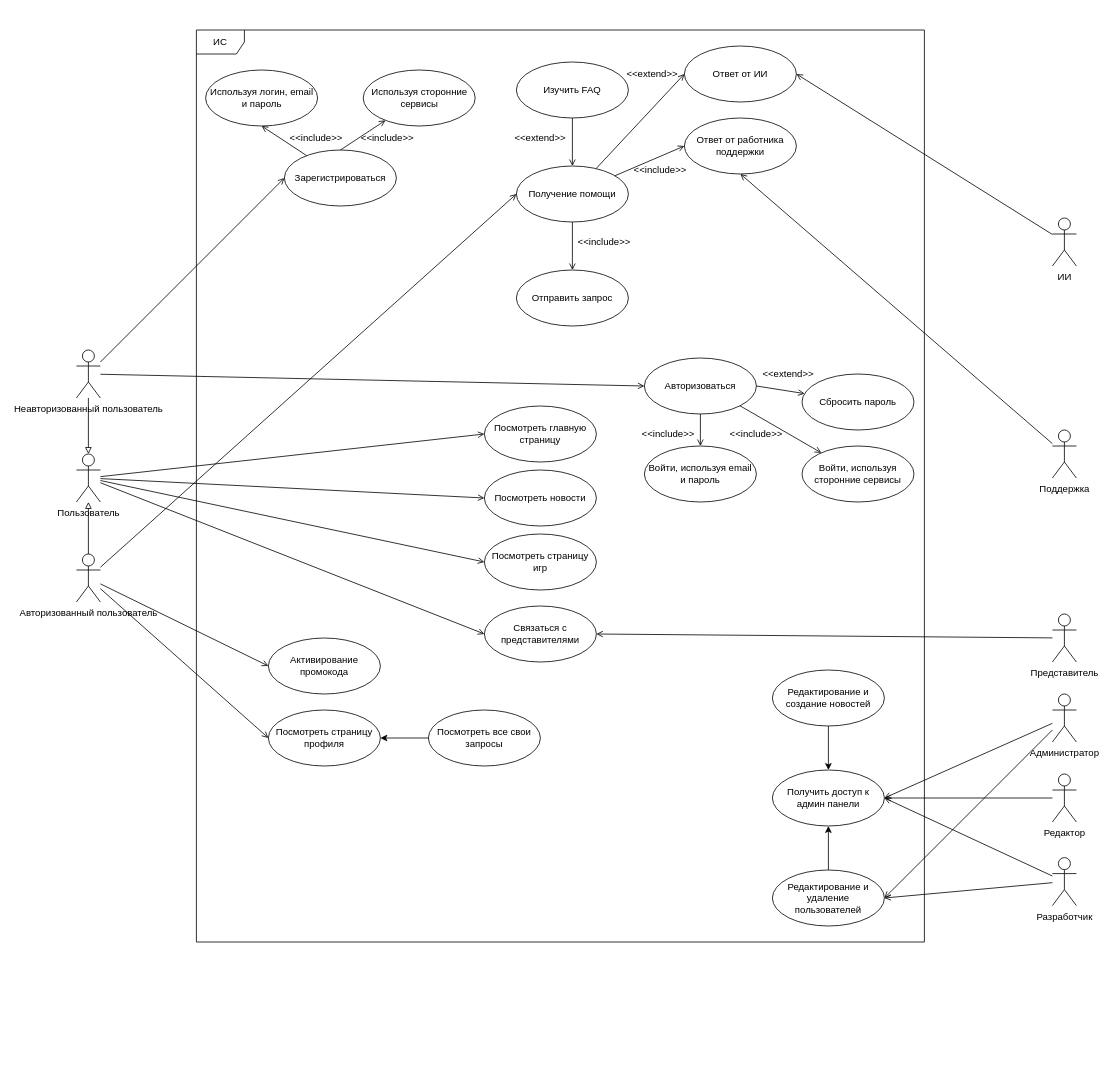
This is diagrams/UML_Diagramma_pretendentov.drawio from Dimatron74/FadGamer, a draw.io file, before an edit. Source tidied: cells renumbered, new cells numbered last; positions are measured from the earlier drawing's top-left corner, leaving out a move shared by most shapes. Both pictures are drawn from the tidied source at 80%, with x=0, y=0 at pixel (76, 30).
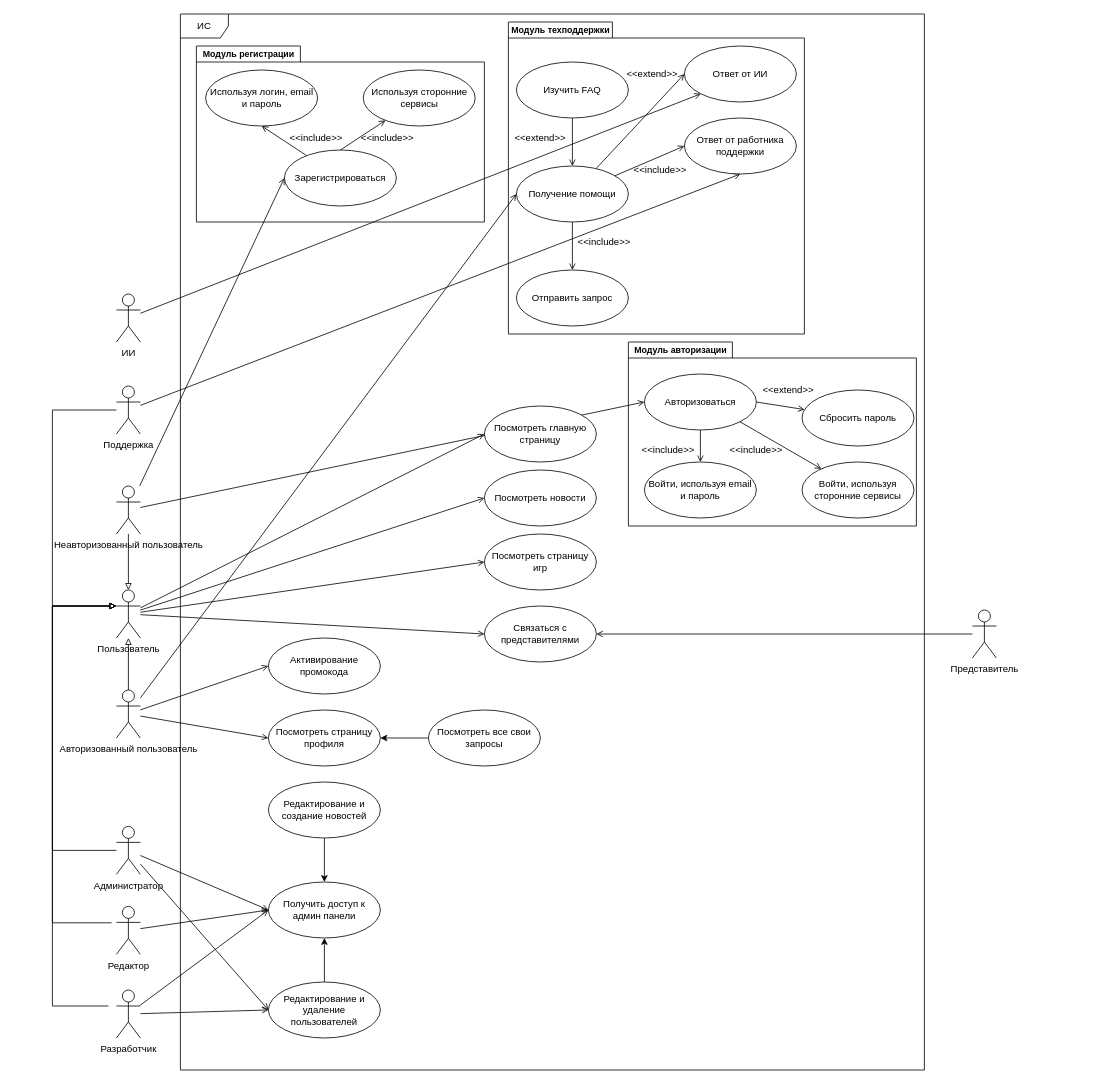
After the change.

Unchanged cells that the change refers to:
```xml
<mxCell id="53" value="Ответ от ИИ" style="ellipse;whiteSpace=wrap;html=1;" parent="1" vertex="1">
  <mxGeometry x="760" y="20" width="140" height="70" as="geometry" />
</mxCell>
```

What changed in the source:
```diff
@@
+    <mxCell id="74" style="group;" parent="1" vertex="1">
+      <mxGeometry x="690" y="390" width="370" height="390" as="geometry" />
+    </mxCell>
+    <mxCell id="75" style="shape=folder;fontStyle=1;spacingTop=10;tabWidth=130;tabHeight=20;tabPosition=left;html=1;whiteSpace=wrap;" parent="74" vertex="1">
+      <mxGeometry width="360" height="230" as="geometry" />
+    </mxCell>
+    <mxCell id="76" value="&lt;font style=&quot;font-size: 11px;&quot;&gt;Модуль авторизации&lt;/font&gt;" style="text;align=center;fontStyle=1;verticalAlign=middle;spacingLeft=3;spacingRight=3;strokeColor=none;html=1;" parent="74" vertex="1">
+      <mxGeometry width="130" height="20" as="geometry" />
+    </mxCell>
+    <mxCell id="28" value="Авторизоваться" style="ellipse;whiteSpace=wrap;html=1;" parent="74" vertex="1">
+      <mxGeometry x="20" y="40" width="140" height="70" as="geometry" />
+    </mxCell>
+    <mxCell id="38" style="rounded=0;jettySize=auto;html=1;exitX=0.5;exitY=0;exitDx=0;exitDy=0;entryX=0.5;entryY=1;entryDx=0;entryDy=0;endArrow=none;endFill=0;startArrow=open;startFill=0;" parent="74" edge="1" source="39" target="28">
+      <mxGeometry relative="1" as="geometry" />
+    </mxCell>
+    <mxCell id="39" value="Войти, используя email и пароль" style="ellipse;whiteSpace=wrap;html=1;" parent="74" vertex="1">
+      <mxGeometry x="20" y="150" width="140" height="70" as="geometry" />
+    </mxCell>
+    <mxCell id="40" style="rounded=0;jettySize=auto;html=1;entryX=1;entryY=1;entryDx=0;entryDy=0;endArrow=none;endFill=0;startArrow=open;startFill=0;" parent="74" edge="1" source="41" target="28">
+      <mxGeometry relative="1" as="geometry" />
+    </mxCell>
+    <mxCell id="41" value="Войти, используя сторонние сервисы" style="ellipse;whiteSpace=wrap;html=1;" parent="74" vertex="1">
+      <mxGeometry x="217" y="150" width="140" height="70" as="geometry" />
+    </mxCell>
+    <mxCell id="42" style="rounded=0;jettySize=auto;html=1;entryX=1;entryY=0.5;entryDx=0;entryDy=0;endArrow=none;endFill=0;startArrow=open;startFill=0;" parent="74" edge="1" source="43" target="28">
+      <mxGeometry relative="1" as="geometry" />
+    </mxCell>
+    <mxCell id="43" value="Сбросить пароль" style="ellipse;whiteSpace=wrap;html=1;" parent="74" vertex="1">
+      <mxGeometry x="217" y="60" width="140" height="70" as="geometry" />
+    </mxCell>
+    <mxCell id="46" value="&amp;lt;&amp;lt;include&amp;gt;&amp;gt;" style="text;html=1;align=center;verticalAlign=middle;whiteSpace=wrap;rounded=0;" parent="74" vertex="1">
+      <mxGeometry x="20" y="120" width="60" height="30" as="geometry" />
+    </mxCell>
+    <mxCell id="47" value="&amp;lt;&amp;lt;extend&amp;gt;&amp;gt;" style="text;html=1;align=center;verticalAlign=middle;whiteSpace=wrap;rounded=0;" parent="74" vertex="1">
+      <mxGeometry x="170" y="45" width="60" height="30" as="geometry" />
+    </mxCell>
+    <mxCell id="72" value="&amp;lt;&amp;lt;include&amp;gt;&amp;gt;" style="text;html=1;align=center;verticalAlign=middle;whiteSpace=wrap;rounded=0;" parent="74" vertex="1">
+      <mxGeometry x="130" y="120" width="60" height="30" as="geometry" />
+    </mxCell>
+    <mxCell id="77" style="shape=folder;fontStyle=1;spacingTop=10;tabWidth=130;tabHeight=20;tabPosition=left;html=1;whiteSpace=wrap;" parent="1" vertex="1">
+      <mxGeometry x="540" y="-10" width="370" height="390" as="geometry" />
+    </mxCell>
+    <mxCell id="78" style="shape=folder;fontStyle=1;spacingTop=10;tabWidth=130;tabHeight=20;tabPosition=left;html=1;whiteSpace=wrap;" parent="1" vertex="1">
+      <mxGeometry x="150" y="20" width="360" height="220" as="geometry" />
+    </mxCell>
@@
+    <mxCell id="79" style="edgeStyle=orthogonalEdgeStyle;rounded=0;jettySize=auto;html=1;endArrow=block;endFill=0;" parent="1" edge="1" source="3">
+      <mxGeometry relative="1" as="geometry">
+        <mxPoint x="50" y="720" as="targetPoint" />
+        <Array as="points">
+          <mxPoint x="-30" y="475" />
+          <mxPoint x="-30" y="720" />
+        </Array>
+      </mxGeometry>
+    </mxCell>
     <mxCell id="3" value="Поддержка" style="shape=umlActor;verticalLabelPosition=bottom;verticalAlign=top;html=1;" parent="1" vertex="1">
-      <mxGeometry x="1220" y="500" width="30" height="60" as="geometry" />
+      <mxGeometry x="50" y="445" width="30" height="60" as="geometry" />
     </mxCell>
@@
     <mxCell id="8" value="Пользователь" style="shape=umlActor;verticalLabelPosition=bottom;verticalAlign=top;html=1;" parent="1" vertex="1">
-      <mxGeometry y="530" width="30" height="60" as="geometry" />
+      <mxGeometry x="50" y="700" width="30" height="60" as="geometry" />
     </mxCell>
-    <mxCell id="9" style="rounded=0;jettySize=auto;html=1;entryX=1;entryY=0.5;entryDx=0;entryDy=0;endArrow=open;endFill=0;" parent="1" edge="1" source="10" target="53">
+    <mxCell id="9" style="rounded=0;jettySize=auto;html=1;entryX=0;entryY=1;entryDx=0;entryDy=0;endArrow=open;endFill=0;" parent="1" edge="1" source="10" target="53">
       <mxGeometry relative="1" as="geometry" />
     </mxCell>
     <mxCell id="10" value="ИИ" style="shape=umlActor;verticalLabelPosition=bottom;verticalAlign=top;html=1;" parent="1" vertex="1">
-      <mxGeometry x="1220" y="235" width="30" height="60" as="geometry" />
+      <mxGeometry x="50" y="330" width="30" height="60" as="geometry" />
     </mxCell>
@@
     <mxCell id="15" value="Представитель" style="shape=umlActor;verticalLabelPosition=bottom;verticalAlign=top;html=1;" parent="1" vertex="1">
-      <mxGeometry x="1220" y="730" width="30" height="60" as="geometry" />
+      <mxGeometry x="1120" y="725" width="30" height="60" as="geometry" />
     </mxCell>
@@
     <mxCell id="20" value="Авторизованный пользователь" style="shape=umlActor;verticalLabelPosition=bottom;verticalAlign=top;html=1;" parent="1" vertex="1">
-      <mxGeometry y="655" width="30" height="60" as="geometry" />
+      <mxGeometry x="50" y="825" width="30" height="60" as="geometry" />
     </mxCell>
@@
     <mxCell id="24" value="Неавторизованный пользователь" style="shape=umlActor;verticalLabelPosition=bottom;verticalAlign=top;html=1;" parent="1" vertex="1">
-      <mxGeometry y="400" width="30" height="60" as="geometry" />
+      <mxGeometry x="50" y="570" width="30" height="60" as="geometry" />
     </mxCell>
@@
-    <mxCell id="28" value="Авторизоваться" style="ellipse;whiteSpace=wrap;html=1;" parent="1" vertex="1">
-      <mxGeometry x="710" y="410" width="140" height="70" as="geometry" />
-    </mxCell>
@@
-    <mxCell id="38" style="rounded=0;jettySize=auto;html=1;exitX=0.5;exitY=0;exitDx=0;exitDy=0;entryX=0.5;entryY=1;entryDx=0;entryDy=0;endArrow=none;endFill=0;startArrow=open;startFill=0;" parent="1" edge="1" source="39" target="28">
-      <mxGeometry relative="1" as="geometry" />
-    </mxCell>
-    <mxCell id="39" value="Войти, используя email и пароль" style="ellipse;whiteSpace=wrap;html=1;" parent="1" vertex="1">
-      <mxGeometry x="710" y="520" width="140" height="70" as="geometry" />
-    </mxCell>
-    <mxCell id="40" style="rounded=0;jettySize=auto;html=1;entryX=1;entryY=1;entryDx=0;entryDy=0;endArrow=none;endFill=0;startArrow=open;startFill=0;" parent="1" edge="1" source="41" target="28">
-      <mxGeometry relative="1" as="geometry" />
-    </mxCell>
-    <mxCell id="41" value="Войти, используя сторонние сервисы" style="ellipse;whiteSpace=wrap;html=1;" parent="1" vertex="1">
-      <mxGeometry x="907" y="520" width="140" height="70" as="geometry" />
-    </mxCell>
-    <mxCell id="42" style="rounded=0;jettySize=auto;html=1;entryX=1;entryY=0.5;entryDx=0;entryDy=0;endArrow=none;endFill=0;startArrow=open;startFill=0;" parent="1" edge="1" source="43" target="28">
-      <mxGeometry relative="1" as="geometry" />
-    </mxCell>
-    <mxCell id="43" value="Сбросить пароль" style="ellipse;whiteSpace=wrap;html=1;" parent="1" vertex="1">
-      <mxGeometry x="907" y="430" width="140" height="70" as="geometry" />
-    </mxCell>
@@
-    <mxCell id="46" value="&amp;lt;&amp;lt;include&amp;gt;&amp;gt;" style="text;html=1;align=center;verticalAlign=middle;whiteSpace=wrap;rounded=0;" parent="1" vertex="1">
-      <mxGeometry x="710" y="490" width="60" height="30" as="geometry" />
-    </mxCell>
-    <mxCell id="47" value="&amp;lt;&amp;lt;extend&amp;gt;&amp;gt;" style="text;html=1;align=center;verticalAlign=middle;whiteSpace=wrap;rounded=0;" parent="1" vertex="1">
-      <mxGeometry x="860" y="415" width="60" height="30" as="geometry" />
-    </mxCell>
@@
-    <mxCell id="58" style="rounded=0;jettySize=auto;html=1;entryX=1;entryY=0.5;entryDx=0;entryDy=0;endArrow=open;endFill=0;" parent="1" edge="1" source="60" target="65">
+    <mxCell id="58" style="rounded=0;jettySize=auto;html=1;entryX=0;entryY=0.5;entryDx=0;entryDy=0;endArrow=open;endFill=0;" parent="1" edge="1" source="60" target="65">
       <mxGeometry relative="1" as="geometry" />
     </mxCell>
-    <mxCell id="59" style="rounded=0;jettySize=auto;html=1;entryX=1;entryY=0.5;entryDx=0;entryDy=0;endArrow=open;endFill=0;" parent="1" edge="1" source="60" target="70">
+    <mxCell id="59" style="rounded=0;jettySize=auto;html=1;entryX=0;entryY=0.5;entryDx=0;entryDy=0;endArrow=open;endFill=0;" parent="1" edge="1" source="60" target="70">
       <mxGeometry relative="1" as="geometry" />
     </mxCell>
     <mxCell id="60" value="Администратор" style="shape=umlActor;verticalLabelPosition=bottom;verticalAlign=top;html=1;" parent="1" vertex="1">
-      <mxGeometry x="1220" y="830" width="30" height="60" as="geometry" />
+      <mxGeometry x="50" y="995.5" width="30" height="60" as="geometry" />
     </mxCell>
     <mxCell id="61" value="Редактирование и создание новостей" style="ellipse;whiteSpace=wrap;html=1;" parent="1" vertex="1">
-      <mxGeometry x="870" y="800" width="140" height="70" as="geometry" />
+      <mxGeometry x="240" y="940" width="140" height="70" as="geometry" />
     </mxCell>
-    <mxCell id="62" style="rounded=0;jettySize=auto;html=1;entryX=1;entryY=0.5;entryDx=0;entryDy=0;endArrow=open;endFill=0;" parent="1" edge="1" source="63" target="65">
+    <mxCell id="62" style="rounded=0;jettySize=auto;html=1;entryX=0;entryY=0.5;entryDx=0;entryDy=0;endArrow=open;endFill=0;" parent="1" edge="1" source="63" target="65">
       <mxGeometry relative="1" as="geometry" />
     </mxCell>
     <mxCell id="63" value="Редактор" style="shape=umlActor;verticalLabelPosition=bottom;verticalAlign=top;html=1;" parent="1" vertex="1">
-      <mxGeometry x="1220" y="930" width="30" height="60" as="geometry" />
+      <mxGeometry x="50" y="1095.5" width="30" height="60" as="geometry" />
     </mxCell>
@@
     <mxCell id="65" value="Получить доступ к админ панели" style="ellipse;whiteSpace=wrap;html=1;" parent="1" vertex="1">
-      <mxGeometry x="870" y="925" width="140" height="70" as="geometry" />
+      <mxGeometry x="240" y="1065" width="140" height="70" as="geometry" />
     </mxCell>
-    <mxCell id="66" style="rounded=0;jettySize=auto;html=1;entryX=1;entryY=0.5;entryDx=0;entryDy=0;endArrow=open;endFill=0;" parent="1" edge="1" source="68" target="65">
+    <mxCell id="66" style="rounded=0;jettySize=auto;html=1;entryX=0;entryY=0.5;entryDx=0;entryDy=0;endArrow=open;endFill=0;" parent="1" edge="1" source="68" target="65">
       <mxGeometry relative="1" as="geometry" />
     </mxCell>
-    <mxCell id="67" style="rounded=0;jettySize=auto;html=1;entryX=1;entryY=0.5;entryDx=0;entryDy=0;endArrow=open;endFill=0;" parent="1" edge="1" source="68" target="70">
+    <mxCell id="67" style="rounded=0;jettySize=auto;html=1;entryX=0;entryY=0.5;entryDx=0;entryDy=0;endArrow=open;endFill=0;" parent="1" edge="1" source="68" target="70">
       <mxGeometry relative="1" as="geometry" />
     </mxCell>
     <mxCell id="68" value="Разработчик" style="shape=umlActor;verticalLabelPosition=bottom;verticalAlign=top;html=1;" parent="1" vertex="1">
-      <mxGeometry x="1220" y="1034.5" width="30" height="60" as="geometry" />
+      <mxGeometry x="50" y="1200" width="30" height="60" as="geometry" />
     </mxCell>
@@
     <mxCell id="70" value="Редактирование и удаление пользователей" style="ellipse;whiteSpace=wrap;html=1;" parent="1" vertex="1">
-      <mxGeometry x="870" y="1050" width="140" height="70" as="geometry" />
+      <mxGeometry x="240" y="1190" width="140" height="70" as="geometry" />
     </mxCell>
@@
-    <mxCell id="72" value="&amp;lt;&amp;lt;include&amp;gt;&amp;gt;" style="text;html=1;align=center;verticalAlign=middle;whiteSpace=wrap;rounded=0;" parent="1" vertex="1">
-      <mxGeometry x="820" y="490" width="60" height="30" as="geometry" />
-    </mxCell>
     <mxCell id="73" value="ИС" style="shape=umlFrame;whiteSpace=wrap;html=1;" parent="1" vertex="1">
-      <mxGeometry x="150" width="910" height="1140" as="geometry" />
+      <mxGeometry x="130" y="-20" width="930" height="1320" as="geometry" />
     </mxCell>
+    <mxCell id="80" value="&lt;font style=&quot;font-size: 11px;&quot;&gt;Модуль регистрации&lt;/font&gt;" style="text;align=center;fontStyle=1;verticalAlign=middle;spacingLeft=3;spacingRight=3;strokeColor=none;html=1;" parent="1" vertex="1">
+      <mxGeometry x="150" y="20" width="130" height="20" as="geometry" />
+    </mxCell>
+    <mxCell id="81" value="&lt;font style=&quot;font-size: 11px;&quot;&gt;Модуль техподдержки&lt;/font&gt;" style="text;align=center;fontStyle=1;verticalAlign=middle;spacingLeft=3;spacingRight=3;strokeColor=none;html=1;" parent="1" vertex="1">
+      <mxGeometry x="540" y="-10" width="130" height="20" as="geometry" />
+    </mxCell>
+    <mxCell id="82" style="edgeStyle=orthogonalEdgeStyle;rounded=0;jettySize=auto;html=1;endArrow=block;endFill=0;" parent="1" edge="1" source="60">
+      <mxGeometry relative="1" as="geometry">
+        <mxPoint x="50" y="720" as="targetPoint" />
+        <Array as="points">
+          <mxPoint x="-30" y="1026" />
+          <mxPoint x="-30" y="720" />
+        </Array>
+      </mxGeometry>
+    </mxCell>
+    <mxCell id="83" style="edgeStyle=orthogonalEdgeStyle;rounded=0;orthogonalLoop=1;jettySize=auto;html=1;endArrow=block;endFill=0;" parent="1" edge="1">
+      <mxGeometry relative="1" as="geometry">
+        <mxPoint x="44" y="1116" as="sourcePoint" />
+        <mxPoint x="50" y="720" as="targetPoint" />
+        <Array as="points">
+          <mxPoint x="-30" y="1116" />
+          <mxPoint x="-30" y="720" />
+          <mxPoint x="50" y="720" />
+        </Array>
+      </mxGeometry>
+    </mxCell>
+    <mxCell id="84" style="edgeStyle=orthogonalEdgeStyle;rounded=0;orthogonalLoop=1;jettySize=auto;html=1;endArrow=block;endFill=0;" parent="1" edge="1">
+      <mxGeometry relative="1" as="geometry">
+        <mxPoint x="40" y="1220" as="sourcePoint" />
+        <mxPoint x="50" y="720" as="targetPoint" />
+        <Array as="points">
+          <mxPoint x="-30" y="1220" />
+          <mxPoint x="-30" y="720" />
+        </Array>
+      </mxGeometry>
+    </mxCell>
```
